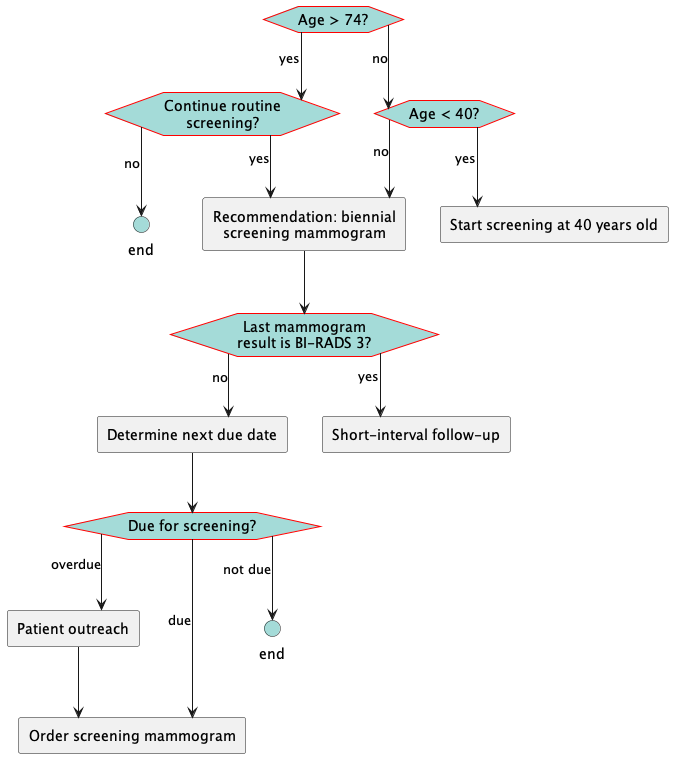
Above: images/flow-DecisionToScreen.png in ccsm-cds-tools/CDC-Breast-Cancer-Screening-CDS-L2 (PlantUML), before the change.
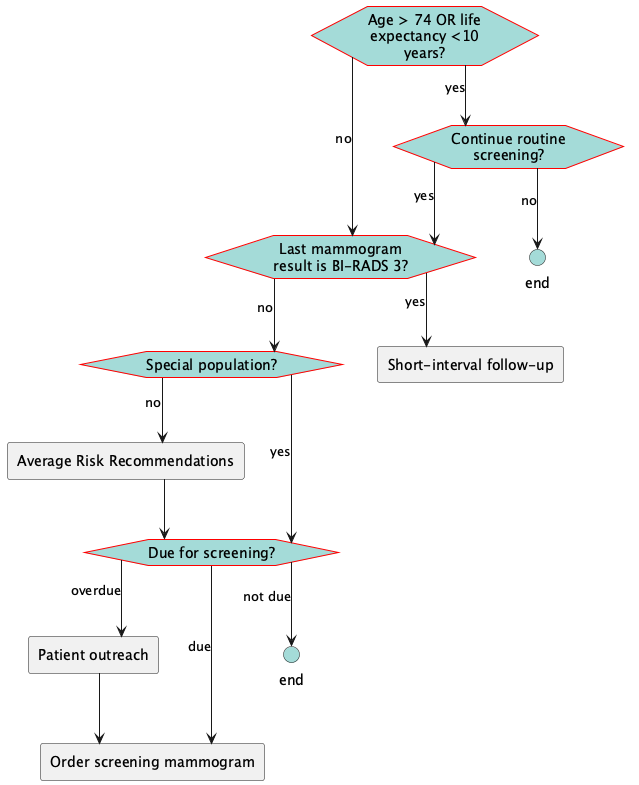
After the commit.

Change to the diagram source:
```diff
@@ -17,29 +17,26 @@
     BackGroundColor: #A4DBD8
 }
 </style>
-hexagon "Age > 74?" as eve_AgeOver74 [[#eve-AgeOver74]]
+hexagon "Age > 74 OR life expectancy <10 years?" as eve_AgeOver74orlifeexp10 [[#eve-AgeOver74orlifeexp10]]
 hexagon "Continue routine screening?" as eve_continuescreening [[#eve-continuescreening]]
-hexagon "Age < 40?" as eve_AgeUnder40 [[#eve-AgeUnder40]]
-rectangle "Recommendation: biennial screening mammogram" as act_uspstfavgrecs [[#act-uspstfavgrecs]]
 hexagon "Last mammogram result is BI-RADS 3?" as eve_birads3 [[#eve-birads3]]
-rectangle "Determine next due date" as act_duedate [[#act-duedate]]
+hexagon "Special population?" as eve_specialpop [[#eve-specialpop]]
+rectangle "Average Risk Recommendations" as act_avgrisk [[#act-avgrisk]]
 hexagon "Due for screening?" as eve_due [[#eve-due]]
 rectangle "Patient outreach" as act_overdue [[#act-overdue]]
 circle "end" as end_noscreen <<end>>
-rectangle "Start screening at 40 years old" as act_startdate [[#act-startdate]]
 rectangle "Short-interval follow-up" as act_birads3duedate [[#act-birads3duedate]]
 rectangle "Order screening mammogram" as act_orderscreening [[#act-orderscreening]]
 circle "end" as end_notdue <<end>>
-eve_AgeOver74-->eve_continuescreening: yes
+eve_AgeOver74orlifeexp10-->eve_continuescreening: yes
 eve_continuescreening-->end_noscreen: no
-eve_continuescreening-->act_uspstfavgrecs: yes
-eve_AgeOver74-->eve_AgeUnder40: no
-eve_AgeUnder40-->act_startdate: yes
-eve_AgeUnder40-->act_uspstfavgrecs: no
-act_uspstfavgrecs-->eve_birads3
+eve_continuescreening-->eve_birads3: yes
+eve_AgeOver74orlifeexp10-->eve_birads3: no
 eve_birads3-->act_birads3duedate: yes
-eve_birads3-->act_duedate: no
-act_duedate-->eve_due
+eve_birads3-->eve_specialpop: no
+eve_specialpop-->eve_due: yes
+eve_specialpop-->act_avgrisk: no
+act_avgrisk-->eve_due
 eve_due-->act_overdue: overdue
 act_overdue-->act_orderscreening
 eve_due-->act_orderscreening: due
```
